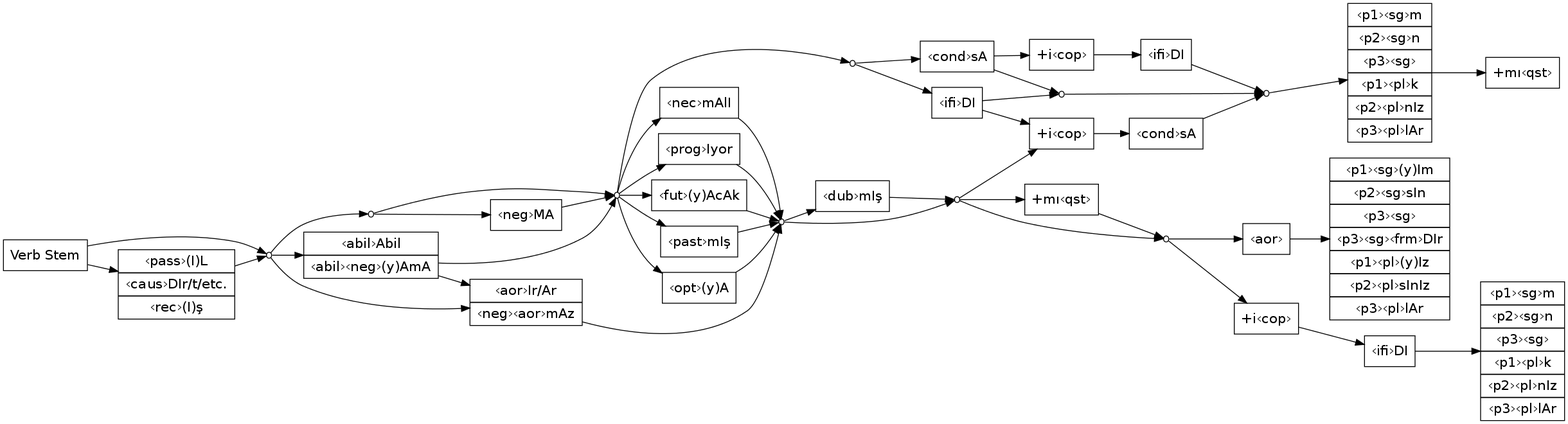
Above: dev/verbmorph.png in apertium/apertium-tur (Graphviz), before the change. Its source is kept beside it as dev/verbmorph.dot. Its diagram source:
```dot
digraph g {

	graph [
		rankdir = "LR"
	];

	node [
		fontsize = "16"
		shape = "ellipse"
	];

	edge [
	];

	"V-INFL" [
		label = "Verb Stem"
		shape = "record"
	];

	"V-DERIV" [
		label = "<f0> ‹pass›(I)L| <f1> ‹caus›DIr/t/etc. | <f2> ‹rec›(I)ş"
		shape = "record"
	];

	"V-INFL-COMMON" [
		shape = circle
		label = ""
		height=.1,width=.1
	]


	"V-TENSE-MA" [
		shape = circle
		label = ""
		height=.1,width=.1
	]

	"V-TENSE-MA-NEG" [
		label = "‹neg›MA"
		shape = "record"
	];

	"V-TENSE-ABIL" [
		label = "<f0> ‹abil›Abil |<f1> ‹abil›‹neg›(y)AmA"
		shape = "record"
	]

	"V-IFI-COND" [
		shape = circle, //diamond
		label = ""
		height=.1,width=.1
	];

	"V-COND" [
		label = "‹cond›sA"
		shape = "record"
	];

	"V-IFI" [
		label = "‹ifi›DI"
		shape = "record"
	];

	"V-IFI-COND-COMMON" [
		shape = circle
		label = ""
		height=.1,width=.1
	] ;

	"V-IFI-COP" [
		label = "+i‹cop›"
		shape = record
	] ;

	"V-COND-COP" [
		label = "+i‹cop›"
		shape = record
	] ;

	"V-IFI-COP-COND" [
		label = "‹cond›sA"
		shape = record
	] ;

	"V-COND-COP-IFI" [
		label = "‹ifi›DI"
		shape = "record"
	] ;

	"V-IFI-COND-COMMON2" [
		shape = circle
		label = ""
		height=.1,width=.1
	] ;

	"V-IFI-COND-PERS" [
		label = "<f0> ‹p1›‹sg›m |<f1> ‹p2›‹sg›n |<f2> ‹p3›‹sg› |<f3> ‹p1›‹pl›k |<f4> ‹p2›‹pl›nIz |<f5> ‹p3›‹pl›lAr"
		shape = "record"
	] ;

	"V-IFI-COND-PERS-MI" [
		label = "+mı‹qst›"
		shape = "record"
	] ;

	"V-AOR" [
		label = "<f0> ‹aor›Ir/Ar |<f1> ‹neg›‹aor›mAz"
		shape = "record"
	];

	"V-INFL-PRE-COP" [
		shape = circle
		label = ""
		height=.1,width=.1
	] ;

	"V-TENSE-MA-COMMON" [
		shape = circle
		label = ""
		height=.1,width=.1
	] ;

	"V-PROG" [
		label = "‹prog›Iyor"
		shape = record
	] ;

	"V-FUT" [
		label = "‹fut›(y)AcAk"
		shape = record
	] ;

	"V-PAST" [
		label = "‹past›mIş"
		shape = record
	] ;

	"V-OPT" [
		label = "‹opt›(y)A"
		shape = record
	] ;

	"V-NEC" [
		label = "‹nec›mAlI"
		shape = record
	] ;

	"V-DUB" [
		label = "‹dub›mIş"
		shape = record
	] ;

	"V-DUB-COMMON" [
		shape = circle
		label = ""
		height=.1,width=.1
	] ;

	"V-MI" [
		label = "+mı‹qst›"
		shape = record
	] ;

	"V-MI-COMMON" [
		shape = circle
		label = ""
		height=.1,width=.1
	] ;

	"V-COP" [
		label = "+i‹cop›"
		shape = record
	] ;

	"V-COP-IFI" [
		label = "‹ifi›DI"
		shape = record
	] ;

	"V-COP-IFI-PERS" [
		label = "<f0> ‹p1›‹sg›m |<f1> ‹p2›‹sg›n |<f2> ‹p3›‹sg› |<f3> ‹p1›‹pl›k |<f4> ‹p2›‹pl›nIz |<f5> ‹p3›‹pl›lAr"
		shape = "record"
	] ;

	"V-COP-AOR" [
		label = "‹aor›"
		shape = "record"
	] ;

	"V-COP-AOR-PERS" [
		label = "<f0> ‹p1›‹sg›(y)Im |<f1> ‹p2›‹sg›sIn |<f2> ‹p3›‹sg› |<f3> ‹p3›‹sg›‹frm›DIr |<f4> ‹p1›‹pl›(y)Iz |<f5> ‹p2›‹pl›sInIz |<f6> ‹p3›‹pl›lAr"
		shape = "record"
	] ;



	"V-INFL" -> "V-DERIV" ;
	"V-INFL" -> "V-INFL-COMMON" ;
	"V-DERIV" -> "V-INFL-COMMON" ;

	"V-INFL-COMMON" -> "V-TENSE-MA" ;

	"V-TENSE-MA" -> "V-TENSE-MA-COMMON" ;
	"V-TENSE-MA" -> "V-TENSE-MA-NEG" ;

	"V-INFL-COMMON" -> "V-TENSE-ABIL" ;
	"V-TENSE-ABIL" -> "V-TENSE-MA-COMMON" ;
	"V-TENSE-ABIL" -> "V-AOR" ;

	"V-INFL-COMMON" -> "V-AOR" ;
	"V-AOR" -> "V-INFL-PRE-COP" ;

	"V-TENSE-MA-NEG" -> "V-TENSE-MA-COMMON";
	"V-TENSE-MA-COMMON" -> "V-IFI-COND" ;
	"V-TENSE-MA-COMMON" -> "V-PROG" ;
	"V-TENSE-MA-COMMON" -> "V-FUT" ;
	"V-TENSE-MA-COMMON" -> "V-PAST" ;
	"V-TENSE-MA-COMMON" -> "V-OPT" ;
	"V-TENSE-MA-COMMON" -> "V-NEC" ;

	"V-IFI-COND" -> "V-IFI" ;
	"V-IFI-COND" -> "V-COND" ;

	"V-IFI" -> "V-IFI-COND-COMMON" ;
	"V-COND" -> "V-IFI-COND-COMMON" ;
	"V-IFI" -> "V-IFI-COP" ;
	"V-COND" -> "V-COND-COP" ;
	"V-IFI-COP" -> "V-IFI-COP-COND" ;
	"V-COND-COP" -> "V-COND-COP-IFI" ;
	"V-IFI-COP-COND" -> "V-IFI-COND-COMMON2" ;
	"V-COND-COP-IFI" -> "V-IFI-COND-COMMON2" ;
	"V-IFI-COND-COMMON" -> "V-IFI-COND-COMMON2" ;
	"V-IFI-COND-COMMON2" -> "V-IFI-COND-PERS" ;
	"V-IFI-COND-PERS" -> "V-IFI-COND-PERS-MI" ;


	"V-PROG" -> "V-INFL-PRE-COP" ;
	"V-FUT" -> "V-INFL-PRE-COP" ;
	"V-PAST" -> "V-INFL-PRE-COP" ;
	"V-OPT" -> "V-INFL-PRE-COP" ;
	"V-NEC" -> "V-INFL-PRE-COP" ;

	"V-INFL-PRE-COP" -> "V-DUB" ;
	"V-DUB" -> "V-DUB-COMMON" ;
	"V-INFL-PRE-COP" -> "V-DUB-COMMON" ;
	"V-DUB-COMMON" -> "V-IFI-COP" ;

	"V-DUB-COMMON" -> "V-MI" ;
	"V-DUB-COMMON" -> "V-MI-COMMON" ;
	"V-MI" -> "V-MI-COMMON" ;

	"V-MI-COMMON" -> "V-COP" ;
	"V-COP" -> "V-COP-IFI" ;
	"V-COP-IFI" -> "V-COP-IFI-PERS" ;
	"V-MI-COMMON" -> "V-COP-AOR" ;
	"V-COP-AOR" -> "V-COP-AOR-PERS" ;
}
```
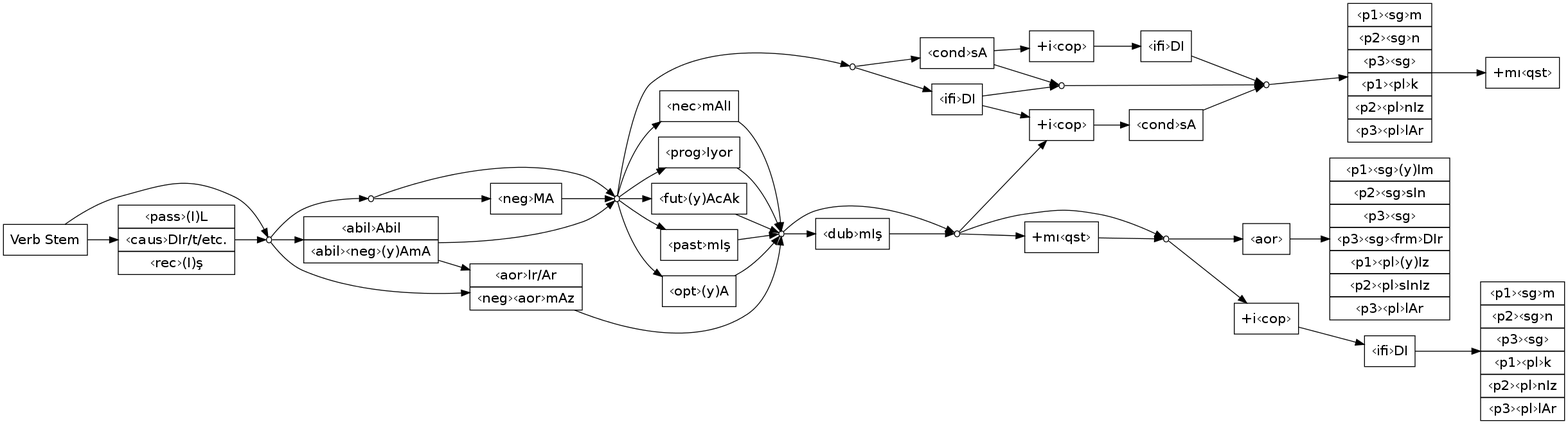
The same diagram one commit later.

Commit message:
better, but still need xlabels to work right :\

The edit, as a diff of the source:
```diff
@@ -1,4 +1,6 @@
 digraph g {
+
+	forcelabels=true;
 
 	graph [
 		rankdir = "LR"
@@ -195,12 +197,12 @@
 
 
 	"V-INFL" -> "V-DERIV" ;
-	"V-INFL" -> "V-INFL-COMMON" ;
+	"V-INFL" -> "V-INFL-COMMON"  [constraint=false] ;
 	"V-DERIV" -> "V-INFL-COMMON" ;
 
 	"V-INFL-COMMON" -> "V-TENSE-MA" ;
 
-	"V-TENSE-MA" -> "V-TENSE-MA-COMMON" ;
+	"V-TENSE-MA" -> "V-TENSE-MA-COMMON" [constraint=false]  ;
 	"V-TENSE-MA" -> "V-TENSE-MA-NEG" ;
 
 	"V-INFL-COMMON" -> "V-TENSE-ABIL" ;
@@ -242,16 +244,17 @@
 
 	"V-INFL-PRE-COP" -> "V-DUB" ;
 	"V-DUB" -> "V-DUB-COMMON" ;
-	"V-INFL-PRE-COP" -> "V-DUB-COMMON" ;
+	"V-INFL-PRE-COP" -> "V-DUB-COMMON"  [constraint=false] ;
 	"V-DUB-COMMON" -> "V-IFI-COP" ;
 
-	"V-DUB-COMMON" -> "V-MI" ;
-	"V-DUB-COMMON" -> "V-MI-COMMON" ;
-	"V-MI" -> "V-MI-COMMON" ;
+	"V-DUB-COMMON" -> "V-MI" ; // [taillabel="V-DUB-COMMON",labelangle=90]  ;
+	"V-DUB-COMMON" -> "V-MI-COMMON" [constraint=false] ;
+	"V-MI" -> "V-MI-COMMON" ; // [taillabel="V-MI",labelangle=90] ;
 
 	"V-MI-COMMON" -> "V-COP" ;
 	"V-COP" -> "V-COP-IFI" ;
 	"V-COP-IFI" -> "V-COP-IFI-PERS" ;
 	"V-MI-COMMON" -> "V-COP-AOR" ;
 	"V-COP-AOR" -> "V-COP-AOR-PERS" ;
+
 }
```
